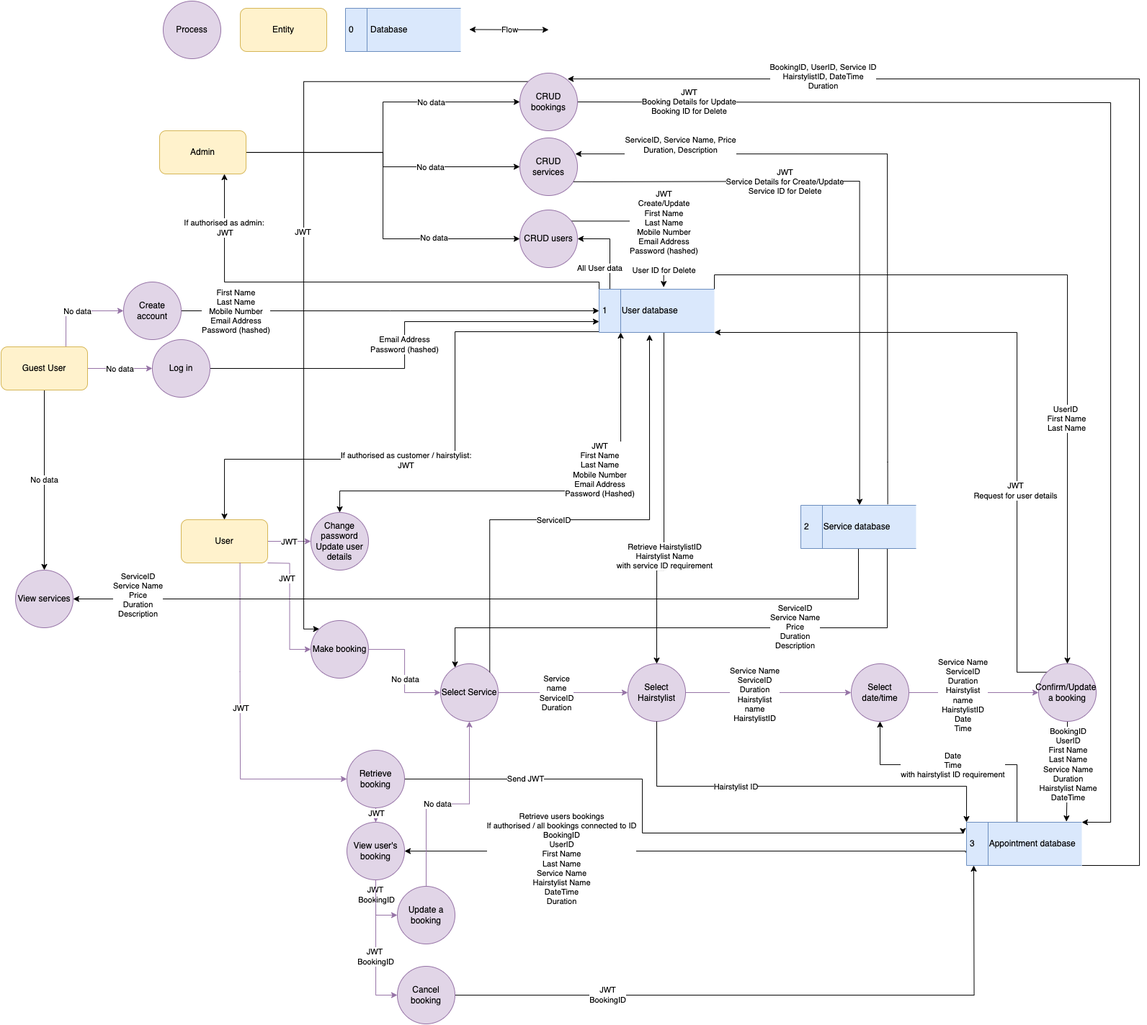
This is docs/RPNZL_T3A2_DataflowDiagram.png from CA-RPNZL/rpnzl-docs, a draw.io export, as it was before one commit. Source tidied: cells renumbered, new cells last; positions are measured from the earlier drawing's top-left corner, leaving out a move shared by most shapes.
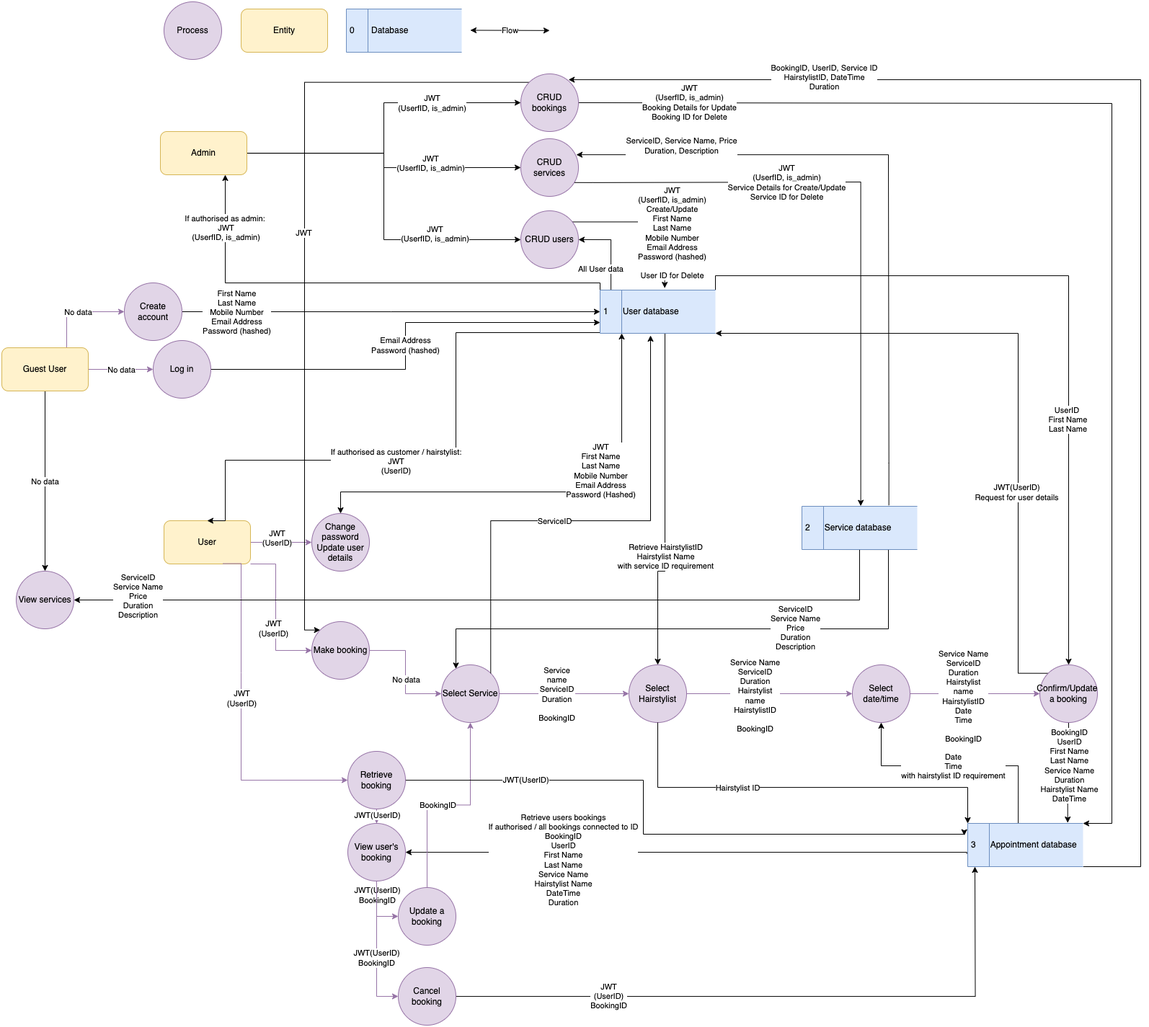
After the change.

Commit message:
fix: DFD update with jwt payload

Change to the diagram source:
```diff
@@ -13,3 +13,3 @@
     </mxCell>
-    <mxCell id="3" value="If authorised as admin:&amp;nbsp;&lt;br&gt;JWT" style="edgeLabel;html=1;align=center;verticalAlign=middle;" parent="2" vertex="1">
+    <mxCell id="3" value="If authorised as admin:&amp;nbsp;&lt;br&gt;JWT&lt;br&gt;(UserfID, is_admin)" style="edgeLabel;html=1;align=center;verticalAlign=middle;" parent="2" vertex="1">
       <mxGeometry x="0.62" relative="1" as="geometry">
@@ -89,3 +89,3 @@
     </mxCell>
-    <mxCell id="18" value="JWT" style="edgeLabel;html=1;align=center;verticalAlign=middle;" parent="17" vertex="1">
+    <mxCell id="18" value="&#10;&lt;span style=&quot;color: rgb(0, 0, 0); font-family: Helvetica; font-size: 11px; font-style: normal; font-variant-ligatures: normal; font-variant-caps: normal; font-weight: 400; letter-spacing: normal; orphans: 2; text-align: center; text-indent: 0px; text-transform: none; widows: 2; word-spacing: 0px; -webkit-text-stroke-width: 0px; background-color: rgb(255, 255, 255); text-decoration-thickness: initial; text-decoration-style: initial; text-decoration-color: initial; float: none; display: inline !important;&quot;&gt;JWT&lt;/span&gt;&lt;br style=&quot;border-color: var(--border-color); color: rgb(0, 0, 0); font-family: Helvetica; font-size: 11px; font-style: normal; font-variant-ligatures: normal; font-variant-caps: normal; font-weight: 400; letter-spacing: normal; orphans: 2; text-align: center; text-indent: 0px; text-transform: none; widows: 2; word-spacing: 0px; -webkit-text-stroke-width: 0px; text-decoration-thickness: initial; text-decoration-style: initial; text-decoration-color: initial;&quot;&gt;&lt;span style=&quot;color: rgb(0, 0, 0); font-family: Helvetica; font-size: 11px; font-style: normal; font-variant-ligatures: normal; font-variant-caps: normal; font-weight: 400; letter-spacing: normal; orphans: 2; text-align: center; text-indent: 0px; text-transform: none; widows: 2; word-spacing: 0px; -webkit-text-stroke-width: 0px; background-color: rgb(255, 255, 255); text-decoration-thickness: initial; text-decoration-style: initial; text-decoration-color: initial; float: none; display: inline !important;&quot;&gt;(UserID)&lt;/span&gt;&#10;&#10;" style="edgeLabel;html=1;align=center;verticalAlign=middle;" parent="17" vertex="1">
       <mxGeometry x="-0.47" y="1" relative="1" as="geometry">
@@ -97,3 +97,3 @@
     </mxCell>
-    <mxCell id="20" value="JWT&amp;nbsp;&lt;br&gt;BookingID" style="edgeLabel;html=1;align=center;verticalAlign=middle;" parent="19" vertex="1">
+    <mxCell id="20" value="JWT(UserID)&lt;br&gt;BookingID" style="edgeLabel;html=1;align=center;verticalAlign=middle;" parent="19" vertex="1">
       <mxGeometry x="0.4" y="-3" relative="1" as="geometry">
@@ -102,3 +102,3 @@
     </mxCell>
-    <mxCell id="21" value="JWT&amp;nbsp;&lt;br style=&quot;border-color: var(--border-color);&quot;&gt;BookingID" style="edgeLabel;html=1;align=center;verticalAlign=middle;" parent="19" vertex="1">
+    <mxCell id="21" value="JWT(UserID)&lt;br&gt;BookingID" style="edgeLabel;html=1;align=center;verticalAlign=middle;" parent="19" vertex="1">
       <mxGeometry x="0.42" y="-1" relative="1" as="geometry" />
@@ -106,3 +106,3 @@
     <mxCell id="22" value="User" style="rounded=1;whiteSpace=wrap;html=1;fillColor=#fff2cc;strokeColor=#d6b656;" parent="1" vertex="1">
-      <mxGeometry x="250" y="720" width="120" height="60" as="geometry" />
+      <mxGeometry x="225" y="720" width="120" height="60" as="geometry" />
     </mxCell>
@@ -111,3 +111,3 @@
     </mxCell>
-    <mxCell id="24" value="No data" style="edgeLabel;html=1;align=center;verticalAlign=middle;" parent="23" vertex="1">
+    <mxCell id="24" value="&#10;&lt;span style=&quot;color: rgb(0, 0, 0); font-family: Helvetica; font-size: 11px; font-style: normal; font-variant-ligatures: normal; font-variant-caps: normal; font-weight: 400; letter-spacing: normal; orphans: 2; text-align: center; text-indent: 0px; text-transform: none; widows: 2; word-spacing: 0px; -webkit-text-stroke-width: 0px; background-color: rgb(255, 255, 255); text-decoration-thickness: initial; text-decoration-style: initial; text-decoration-color: initial; float: none; display: inline !important;&quot;&gt;JWT&lt;/span&gt;&lt;br style=&quot;border-color: var(--border-color); color: rgb(0, 0, 0); font-family: Helvetica; font-size: 11px; font-style: normal; font-variant-ligatures: normal; font-variant-caps: normal; font-weight: 400; letter-spacing: normal; orphans: 2; text-align: center; text-indent: 0px; text-transform: none; widows: 2; word-spacing: 0px; -webkit-text-stroke-width: 0px; text-decoration-thickness: initial; text-decoration-style: initial; text-decoration-color: initial;&quot;&gt;&lt;span style=&quot;color: rgb(0, 0, 0); font-family: Helvetica; font-size: 11px; font-style: normal; font-variant-ligatures: normal; font-variant-caps: normal; font-weight: 400; letter-spacing: normal; orphans: 2; text-align: center; text-indent: 0px; text-transform: none; widows: 2; word-spacing: 0px; -webkit-text-stroke-width: 0px; background-color: rgb(255, 255, 255); text-decoration-thickness: initial; text-decoration-style: initial; text-decoration-color: initial; float: none; display: inline !important;&quot;&gt;(UserfID,&lt;span&gt;&amp;nbsp;&lt;/span&gt;&lt;/span&gt;&lt;span style=&quot;color: rgb(0, 0, 0); font-family: Helvetica; font-size: 11px; font-style: normal; font-variant-ligatures: normal; font-variant-caps: normal; font-weight: 400; letter-spacing: normal; orphans: 2; text-align: center; text-indent: 0px; text-transform: none; widows: 2; word-spacing: 0px; -webkit-text-stroke-width: 0px; background-color: rgb(255, 255, 255); text-decoration-thickness: initial; text-decoration-style: initial; text-decoration-color: initial; float: none; display: inline !important;&quot;&gt;is_admin)&lt;/span&gt;&#10;&#10;" style="edgeLabel;html=1;align=center;verticalAlign=middle;" parent="23" vertex="1">
       <mxGeometry x="0.52" y="2" relative="1" as="geometry" />
@@ -117,3 +117,3 @@
     </mxCell>
-    <mxCell id="26" value="No data" style="edgeLabel;html=1;align=center;verticalAlign=middle;" parent="25" vertex="1">
+    <mxCell id="26" value="JWT&lt;br style=&quot;border-color: var(--border-color);&quot;&gt;(UserfID,&amp;nbsp;is_admin)" style="edgeLabel;html=1;align=center;verticalAlign=middle;" parent="25" vertex="1">
       <mxGeometry x="0.45" relative="1" as="geometry" />
@@ -123,3 +123,3 @@
     </mxCell>
-    <mxCell id="28" value="No data" style="edgeLabel;html=1;align=center;verticalAlign=middle;" parent="27" vertex="1">
+    <mxCell id="28" value="&#10;&lt;span style=&quot;color: rgb(0, 0, 0); font-family: Helvetica; font-size: 11px; font-style: normal; font-variant-ligatures: normal; font-variant-caps: normal; font-weight: 400; letter-spacing: normal; orphans: 2; text-align: center; text-indent: 0px; text-transform: none; widows: 2; word-spacing: 0px; -webkit-text-stroke-width: 0px; background-color: rgb(255, 255, 255); text-decoration-thickness: initial; text-decoration-style: initial; text-decoration-color: initial; float: none; display: inline !important;&quot;&gt;JWT&lt;/span&gt;&lt;br style=&quot;border-color: var(--border-color); color: rgb(0, 0, 0); font-family: Helvetica; font-size: 11px; font-style: normal; font-variant-ligatures: normal; font-variant-caps: normal; font-weight: 400; letter-spacing: normal; orphans: 2; text-align: center; text-indent: 0px; text-transform: none; widows: 2; word-spacing: 0px; -webkit-text-stroke-width: 0px; text-decoration-thickness: initial; text-decoration-style: initial; text-decoration-color: initial;&quot;&gt;&lt;span style=&quot;color: rgb(0, 0, 0); font-family: Helvetica; font-size: 11px; font-style: normal; font-variant-ligatures: normal; font-variant-caps: normal; font-weight: 400; letter-spacing: normal; orphans: 2; text-align: center; text-indent: 0px; text-transform: none; widows: 2; word-spacing: 0px; -webkit-text-stroke-width: 0px; background-color: rgb(255, 255, 255); text-decoration-thickness: initial; text-decoration-style: initial; text-decoration-color: initial; float: none; display: inline !important;&quot;&gt;(UserfID,&lt;span&gt;&amp;nbsp;&lt;/span&gt;&lt;/span&gt;&lt;span style=&quot;color: rgb(0, 0, 0); font-family: Helvetica; font-size: 11px; font-style: normal; font-variant-ligatures: normal; font-variant-caps: normal; font-weight: 400; letter-spacing: normal; orphans: 2; text-align: center; text-indent: 0px; text-transform: none; widows: 2; word-spacing: 0px; -webkit-text-stroke-width: 0px; background-color: rgb(255, 255, 255); text-decoration-thickness: initial; text-decoration-style: initial; text-decoration-color: initial; float: none; display: inline !important;&quot;&gt;is_admin)&lt;/span&gt;&#10;&#10;" style="edgeLabel;html=1;align=center;verticalAlign=middle;" parent="27" vertex="1">
       <mxGeometry x="0.38" relative="1" as="geometry" />
@@ -146,3 +146,3 @@
     </mxCell>
-    <mxCell id="34" value="JWT&lt;br&gt;BookingID" style="edgeLabel;html=1;align=center;verticalAlign=middle;" parent="33" vertex="1">
+    <mxCell id="34" value="JWT&lt;br&gt;(UserID)&lt;br&gt;BookingID" style="edgeLabel;html=1;align=center;verticalAlign=middle;" parent="33" vertex="1">
       <mxGeometry x="-0.53" y="1" relative="1" as="geometry">
@@ -170,3 +170,3 @@
     </mxCell>
-    <mxCell id="39" value="JWT&lt;br&gt;Request for user details" style="edgeLabel;html=1;align=center;verticalAlign=middle;" parent="38" vertex="1">
+    <mxCell id="39" value="JWT(UserID)&lt;br&gt;Request for user details" style="edgeLabel;html=1;align=center;verticalAlign=middle;" parent="38" vertex="1">
       <mxGeometry x="-0.37" y="3" relative="1" as="geometry" />
@@ -179,3 +179,3 @@
     </mxCell>
-    <mxCell id="42" value="No data" style="edgeLabel;html=1;align=center;verticalAlign=middle;" parent="41" vertex="1">
+    <mxCell id="42" value="BookingID" style="edgeLabel;html=1;align=center;verticalAlign=middle;" parent="41" vertex="1">
       <mxGeometry x="-0.11" y="1" relative="1" as="geometry">
@@ -196,3 +196,3 @@
     </mxCell>
-    <mxCell id="45" value="JWT&lt;br&gt;Booking Details for Update&lt;br&gt;Booking ID for Delete" style="edgeLabel;html=1;align=center;verticalAlign=middle;" parent="44" vertex="1">
+    <mxCell id="45" value="JWT&lt;br style=&quot;border-color: var(--border-color);&quot;&gt;(UserfID,&amp;nbsp;is_admin)&lt;br&gt;Booking Details for Update&lt;br&gt;Booking ID for Delete" style="edgeLabel;html=1;align=center;verticalAlign=middle;" parent="44" vertex="1">
       <mxGeometry x="-0.83" y="1" relative="1" as="geometry" />
@@ -220,5 +220,5 @@
     </mxCell>
-    <mxCell id="50" value="JWT&lt;br&gt;Create/Update&lt;br&gt;First Name&lt;br style=&quot;border-color: var(--border-color);&quot;&gt;Last Name&lt;br style=&quot;border-color: var(--border-color);&quot;&gt;Mobile Number&lt;br style=&quot;border-color: var(--border-color);&quot;&gt;Email Address&lt;br style=&quot;border-color: var(--border-color);&quot;&gt;Password (hashed)&lt;br&gt;&lt;br&gt;User ID for Delete" style="edgeLabel;html=1;align=center;verticalAlign=middle;" parent="49" vertex="1">
+    <mxCell id="50" value="JWT&lt;br style=&quot;border-color: var(--border-color);&quot;&gt;(UserfID,&amp;nbsp;is_admin)&lt;br&gt;Create/Update&lt;br&gt;First Name&lt;br style=&quot;border-color: var(--border-color);&quot;&gt;Last Name&lt;br style=&quot;border-color: var(--border-color);&quot;&gt;Mobile Number&lt;br style=&quot;border-color: var(--border-color);&quot;&gt;Email Address&lt;br style=&quot;border-color: var(--border-color);&quot;&gt;Password (hashed)&lt;br&gt;&lt;br&gt;User ID for Delete" style="edgeLabel;html=1;align=center;verticalAlign=middle;" parent="49" vertex="1">
       <mxGeometry x="-0.37" relative="1" as="geometry">
-        <mxPoint x="59" y="15" as="offset" />
+        <mxPoint x="69" y="15" as="offset" />
       </mxGeometry>
@@ -285,3 +285,3 @@
     </mxCell>
-    <mxCell id="63" value="JWT&lt;br&gt;Service Details for Create/Update&lt;br&gt;Service ID for Delete" style="edgeLabel;html=1;align=center;verticalAlign=middle;" parent="62" vertex="1">
+    <mxCell id="63" value="JWT&lt;br style=&quot;border-color: var(--border-color);&quot;&gt;(UserfID,&amp;nbsp;is_admin)&lt;br&gt;Service Details for Create/Update&lt;br&gt;Service ID for Delete" style="edgeLabel;html=1;align=center;verticalAlign=middle;" parent="62" vertex="1">
       <mxGeometry x="-0.81" y="-2" relative="1" as="geometry">
@@ -296,3 +296,3 @@
     </mxCell>
-    <mxCell id="66" value="Service Name&lt;br&gt;ServiceID&lt;br&gt;Duration&lt;br&gt;Hairstylist&lt;br&gt;name&lt;br&gt;HairstylistID" style="edgeLabel;html=1;align=center;verticalAlign=middle;" parent="65" vertex="1">
+    <mxCell id="66" value="Service Name&lt;br&gt;ServiceID&lt;br&gt;Duration&lt;br&gt;Hairstylist&lt;br&gt;name&lt;br&gt;HairstylistID&lt;br&gt;&lt;br&gt;BookingID" style="edgeLabel;html=1;align=center;verticalAlign=middle;" parent="65" vertex="1">
       <mxGeometry x="-0.17" y="-2" relative="1" as="geometry" />
@@ -305,3 +305,3 @@
     </mxCell>
-    <mxCell id="69" value="Service&lt;br&gt;name&lt;br&gt;ServiceID&lt;br&gt;Duration" style="edgeLabel;html=1;align=center;verticalAlign=middle;" parent="68" vertex="1">
+    <mxCell id="69" value="Service&lt;br&gt;name&lt;br&gt;ServiceID&lt;br&gt;Duration&lt;br&gt;&lt;br&gt;BookingID" style="edgeLabel;html=1;align=center;verticalAlign=middle;" parent="68" vertex="1">
       <mxGeometry x="-0.21" y="-2" relative="1" as="geometry">
@@ -313,3 +313,3 @@
     </mxCell>
-    <mxCell id="71" value="Service Name&lt;br style=&quot;border-color: var(--border-color);&quot;&gt;ServiceID&lt;br style=&quot;border-color: var(--border-color);&quot;&gt;Duration&lt;br style=&quot;border-color: var(--border-color);&quot;&gt;Hairstylist&lt;br style=&quot;border-color: var(--border-color);&quot;&gt;name&lt;br style=&quot;border-color: var(--border-color);&quot;&gt;HairstylistID&lt;br&gt;Date&lt;br&gt;Time" style="edgeLabel;html=1;align=center;verticalAlign=middle;" parent="70" vertex="1">
+    <mxCell id="71" value="Service Name&lt;br style=&quot;border-color: var(--border-color);&quot;&gt;ServiceID&lt;br style=&quot;border-color: var(--border-color);&quot;&gt;Duration&lt;br style=&quot;border-color: var(--border-color);&quot;&gt;Hairstylist&lt;br style=&quot;border-color: var(--border-color);&quot;&gt;name&lt;br style=&quot;border-color: var(--border-color);&quot;&gt;HairstylistID&lt;br&gt;Date&lt;br&gt;Time&lt;br&gt;&lt;br&gt;BookingID" style="edgeLabel;html=1;align=center;verticalAlign=middle;" parent="70" vertex="1">
       <mxGeometry x="-0.18" y="-3" relative="1" as="geometry" />
@@ -354,3 +354,3 @@
     </mxCell>
-    <mxCell id="78" value="JWT" style="edgeLabel;html=1;align=center;verticalAlign=middle;" parent="77" vertex="1">
+    <mxCell id="78" value="&lt;span style=&quot;color: rgb(0, 0, 0); font-family: Helvetica; font-size: 11px; font-style: normal; font-variant-ligatures: normal; font-variant-caps: normal; font-weight: 400; letter-spacing: normal; orphans: 2; text-align: center; text-indent: 0px; text-transform: none; widows: 2; word-spacing: 0px; -webkit-text-stroke-width: 0px; background-color: rgb(255, 255, 255); text-decoration-thickness: initial; text-decoration-style: initial; text-decoration-color: initial; float: none; display: inline !important;&quot;&gt;JWT&lt;/span&gt;&lt;br style=&quot;border-color: var(--border-color); color: rgb(0, 0, 0); font-family: Helvetica; font-size: 11px; font-style: normal; font-variant-ligatures: normal; font-variant-caps: normal; font-weight: 400; letter-spacing: normal; orphans: 2; text-align: center; text-indent: 0px; text-transform: none; widows: 2; word-spacing: 0px; -webkit-text-stroke-width: 0px; text-decoration-thickness: initial; text-decoration-style: initial; text-decoration-color: initial;&quot;&gt;&lt;span style=&quot;color: rgb(0, 0, 0); font-family: Helvetica; font-size: 11px; font-style: normal; font-variant-ligatures: normal; font-variant-caps: normal; font-weight: 400; letter-spacing: normal; orphans: 2; text-align: center; text-indent: 0px; text-transform: none; widows: 2; word-spacing: 0px; -webkit-text-stroke-width: 0px; background-color: rgb(255, 255, 255); text-decoration-thickness: initial; text-decoration-style: initial; text-decoration-color: initial; float: none; display: inline !important;&quot;&gt;(UserID)&lt;/span&gt;" style="edgeLabel;html=1;align=center;verticalAlign=middle;" parent="77" vertex="1">
       <mxGeometry x="-0.1" relative="1" as="geometry" />
@@ -369,3 +369,3 @@
     </mxCell>
-    <mxCell id="81" value="Send JWT" style="edgeLabel;html=1;align=center;verticalAlign=middle;" parent="80" vertex="1">
+    <mxCell id="81" value="JWT(UserID)" style="edgeLabel;html=1;align=center;verticalAlign=middle;" parent="80" vertex="1">
       <mxGeometry x="-0.61" y="1" relative="1" as="geometry" />
@@ -378,3 +378,3 @@
     </mxCell>
-    <mxCell id="84" value="JWT" style="edgeLabel;html=1;align=center;verticalAlign=middle;" parent="83" vertex="1">
+    <mxCell id="84" value="JWT(UserID)" style="edgeLabel;html=1;align=center;verticalAlign=middle;" parent="83" vertex="1">
       <mxGeometry x="-0.2" relative="1" as="geometry" />
@@ -424,12 +424,17 @@
     </mxCell>
-    <mxCell id="93" value="If authorised as customer / hairstylist:&lt;br&gt;JWT" style="edgeLabel;html=1;align=center;verticalAlign=middle;" parent="92" vertex="1">
+    <mxCell id="93" value="If authorised as customer / hairstylist:&lt;br&gt;JWT&lt;br&gt;(UserID)" style="edgeLabel;html=1;align=center;verticalAlign=middle;" parent="92" vertex="1">
       <mxGeometry x="-0.14" y="-1" relative="1" as="geometry" />
     </mxCell>
-    <mxCell id="94" style="edgeStyle=orthogonalEdgeStyle;rounded=0;jettySize=auto;html=1;entryX=0;entryY=0.5;entryDx=0;entryDy=0;fillColor=#e1d5e7;strokeColor=#9673a6;" parent="1" edge="1" target="96">
+    <mxCell id="94" style="edgeStyle=orthogonalEdgeStyle;rounded=0;jettySize=auto;html=1;entryX=0;entryY=0.5;entryDx=0;entryDy=0;fillColor=#e1d5e7;strokeColor=#9673a6;exitX=1;exitY=1;exitDx=0;exitDy=0;" parent="1" edge="1" source="22" target="96">
       <mxGeometry relative="1" as="geometry">
-        <mxPoint x="370" y="780" as="sourcePoint" />
+        <Array as="points">
+          <mxPoint x="380" y="780" />
+          <mxPoint x="380" y="900" />
+        </Array>
       </mxGeometry>
     </mxCell>
-    <mxCell id="95" value="JWT" style="edgeLabel;html=1;align=center;verticalAlign=middle;" parent="94" vertex="1">
-      <mxGeometry x="-0.43" y="-4" relative="1" as="geometry" />
+    <mxCell id="95" value="&lt;span style=&quot;color: rgb(0, 0, 0); font-family: Helvetica; font-size: 11px; font-style: normal; font-variant-ligatures: normal; font-variant-caps: normal; font-weight: 400; letter-spacing: normal; orphans: 2; text-align: center; text-indent: 0px; text-transform: none; widows: 2; word-spacing: 0px; -webkit-text-stroke-width: 0px; background-color: rgb(255, 255, 255); text-decoration-thickness: initial; text-decoration-style: initial; text-decoration-color: initial; float: none; display: inline !important;&quot;&gt;JWT&lt;/span&gt;&lt;br style=&quot;border-color: var(--border-color); color: rgb(0, 0, 0); font-family: Helvetica; font-size: 11px; font-style: normal; font-variant-ligatures: normal; font-variant-caps: normal; font-weight: 400; letter-spacing: normal; orphans: 2; text-align: center; text-indent: 0px; text-transform: none; widows: 2; word-spacing: 0px; -webkit-text-stroke-width: 0px; text-decoration-thickness: initial; text-decoration-style: initial; text-decoration-color: initial;&quot;&gt;&lt;span style=&quot;color: rgb(0, 0, 0); font-family: Helvetica; font-size: 11px; font-style: normal; font-variant-ligatures: normal; font-variant-caps: normal; font-weight: 400; letter-spacing: normal; orphans: 2; text-align: center; text-indent: 0px; text-transform: none; widows: 2; word-spacing: 0px; -webkit-text-stroke-width: 0px; background-color: rgb(255, 255, 255); text-decoration-thickness: initial; text-decoration-style: initial; text-decoration-color: initial; float: none; display: inline !important;&quot;&gt;(UserID)&lt;/span&gt;" style="edgeLabel;html=1;align=center;verticalAlign=middle;" parent="94" vertex="1">
+      <mxGeometry x="-0.43" y="-4" relative="1" as="geometry">
+        <mxPoint y="67" as="offset" />
+      </mxGeometry>
     </mxCell>
```
